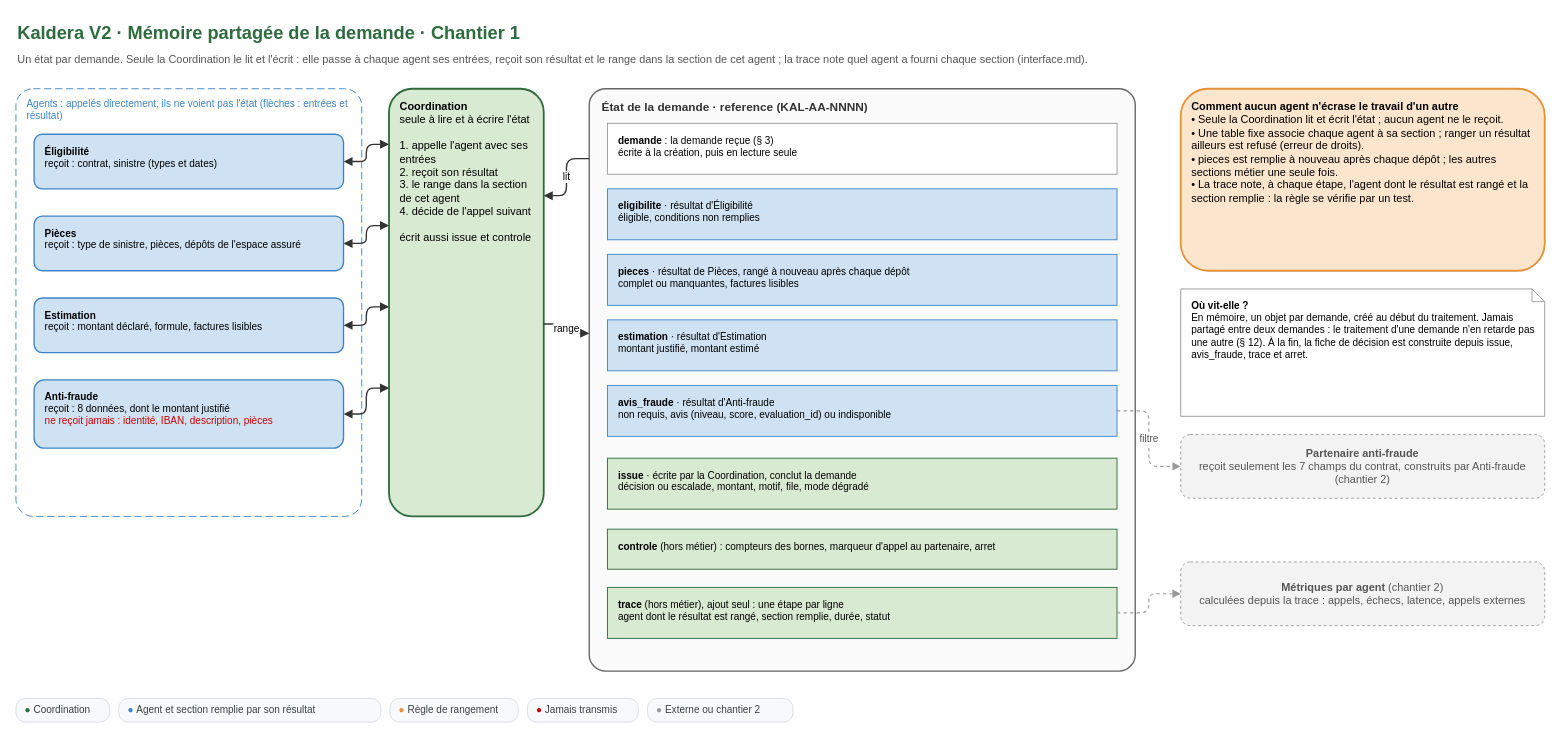
Before: conception/schemas/schema-3-memoire-partagee.drawio in Ganda15/kaldera-bout-en-bout_v2, a draw.io diagram. Source tidied: cells renumbered, new cells numbered last; positions are measured from the earlier drawing's top-left corner, leaving out a move shared by most shapes. Both pictures are drawn from the tidied source at 91%, with x=0, y=0 at pixel (15, 15).
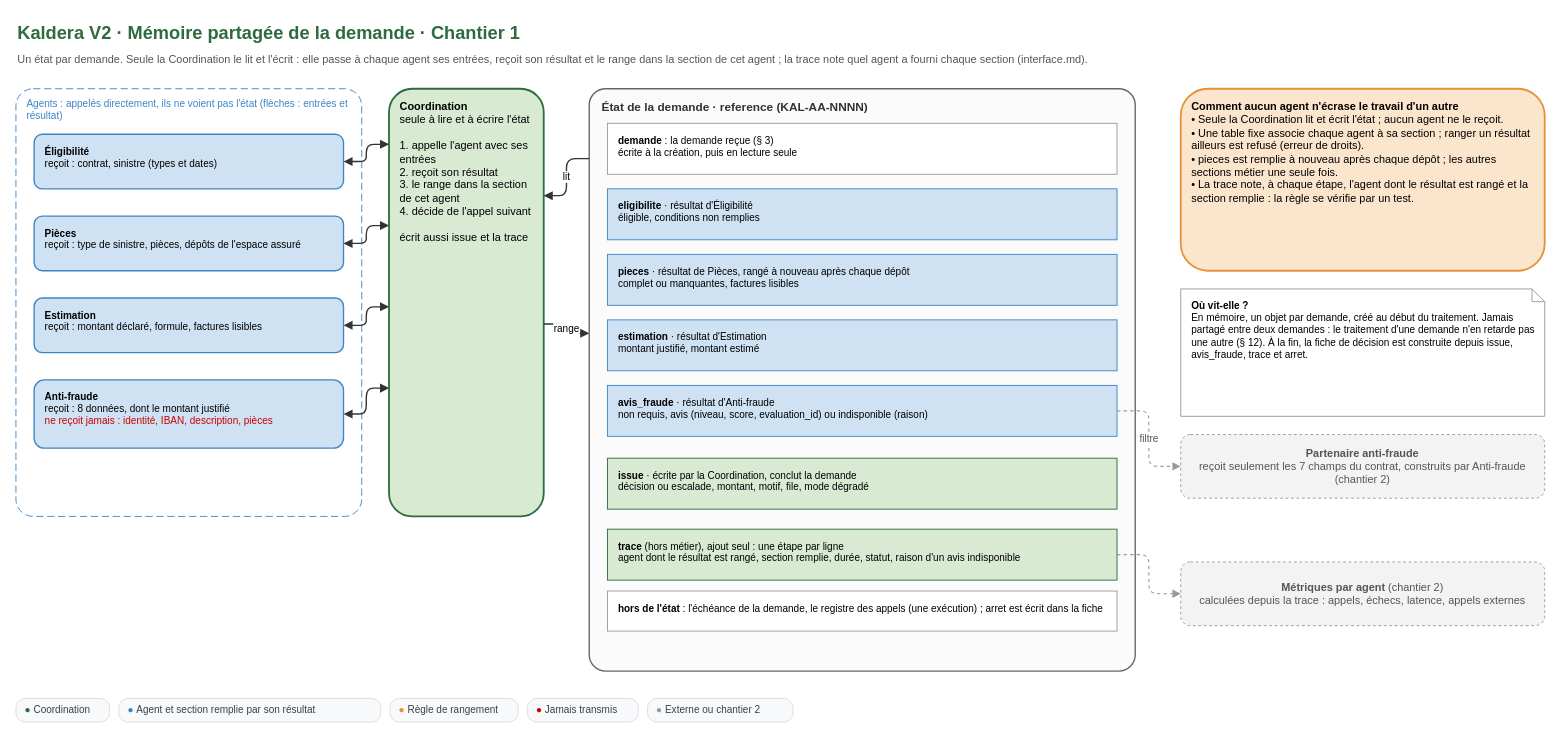
Above is the later version.

The edit, as a diff of the source:
```diff
@@
-    <mxCell id="9" value="&lt;b&gt;Coordination&lt;/b&gt;&lt;br&gt;seule à lire et à écrire l'état&lt;br&gt;&lt;br&gt;1. appelle l'agent avec ses entrées&lt;br&gt;2. reçoit son résultat&lt;br&gt;3. le range dans la section de cet agent&lt;br&gt;4. décide de l'appel suivant&lt;br&gt;&lt;br&gt;écrit aussi issue et controle" style="whiteSpace=wrap;html=1;fontFamily=Arial;fontSize=12;align=left;spacingLeft=10;spacingRight=8;verticalAlign=top;spacingTop=6;rounded=1;fillColor=#d9ead3;strokeColor=#2E6B3E;strokeWidth=2;" parent="1" vertex="1">
+    <mxCell id="9" value="&lt;b&gt;Coordination&lt;/b&gt;&lt;br&gt;seule à lire et à écrire l'état&lt;br&gt;&lt;br&gt;1. appelle l'agent avec ses entrées&lt;br&gt;2. reçoit son résultat&lt;br&gt;3. le range dans la section de cet agent&lt;br&gt;4. décide de l'appel suivant&lt;br&gt;&lt;br&gt;écrit aussi issue et la trace" style="whiteSpace=wrap;html=1;fontFamily=Arial;fontSize=12;align=left;spacingLeft=10;spacingRight=8;verticalAlign=top;spacingTop=6;rounded=1;fillColor=#d9ead3;strokeColor=#2E6B3E;strokeWidth=2;" parent="1" vertex="1">
       <mxGeometry x="410" y="80" width="170" height="470" as="geometry" />
     </mxCell>
@@
-    <mxCell id="15" value="&lt;b&gt;avis_fraude&lt;/b&gt; · résultat d'Anti-fraude&lt;br&gt;non requis, avis (niveau, score, evaluation_id) ou indisponible" style="whiteSpace=wrap;html=1;fontFamily=Arial;fontSize=12;align=left;spacingLeft=10;spacingRight=8;verticalAlign=top;spacingTop=6;rounded=0;fillColor=#cfe2f3;strokeColor=#3d85c6;fontSize=11;" parent="1" vertex="1">
+    <mxCell id="15" value="&lt;b&gt;avis_fraude&lt;/b&gt; · résultat d'Anti-fraude&lt;br&gt;non requis, avis (niveau, score, evaluation_id) ou indisponible (raison)" style="whiteSpace=wrap;html=1;fontFamily=Arial;fontSize=12;align=left;spacingLeft=10;spacingRight=8;verticalAlign=top;spacingTop=6;rounded=0;fillColor=#cfe2f3;strokeColor=#3d85c6;fontSize=11;" parent="1" vertex="1">
       <mxGeometry x="650" y="406" width="560" height="56" as="geometry" />
     </mxCell>
@@
-    <mxCell id="17" value="&lt;b&gt;controle&lt;/b&gt; (hors métier) : compteurs des bornes, marqueur d'appel au partenaire, arret" style="whiteSpace=wrap;html=1;fontFamily=Arial;fontSize=12;align=left;spacingLeft=10;spacingRight=8;verticalAlign=top;spacingTop=6;rounded=0;fillColor=#d9ead3;strokeColor=#2E6B3E;fontSize=11;" parent="1" vertex="1">
-      <mxGeometry x="650" y="564" width="560" height="44" as="geometry" />
-    </mxCell>
-    <mxCell id="18" value="&lt;b&gt;trace&lt;/b&gt; (hors métier), ajout seul : une étape par ligne&lt;br&gt;agent dont le résultat est rangé, section remplie, durée, statut" style="whiteSpace=wrap;html=1;fontFamily=Arial;fontSize=12;align=left;spacingLeft=10;spacingRight=8;verticalAlign=top;spacingTop=6;rounded=0;fillColor=#d9ead3;strokeColor=#2E6B3E;fontSize=11;" parent="1" vertex="1">
-      <mxGeometry x="650" y="628" width="560" height="56" as="geometry" />
+    <mxCell id="18" value="&lt;b&gt;trace&lt;/b&gt; (hors métier), ajout seul : une étape par ligne&lt;br&gt;agent dont le résultat est rangé, section remplie, durée, statut, raison d'un avis indisponible" style="whiteSpace=wrap;html=1;fontFamily=Arial;fontSize=12;align=left;spacingLeft=10;spacingRight=8;verticalAlign=top;spacingTop=6;rounded=0;fillColor=#d9ead3;strokeColor=#2E6B3E;fontSize=11;" parent="1" vertex="1">
+      <mxGeometry x="650" y="564" width="560" height="56" as="geometry" />
     </mxCell>
+    <mxCell id="36" value="&lt;b&gt;hors de l'état&lt;/b&gt; : l'échéance de la demande, le registre des appels (une exécution) ; arret est écrit dans la fiche" style="whiteSpace=wrap;html=1;fontFamily=Arial;fontSize=12;align=left;spacingLeft=10;spacingRight=8;verticalAlign=top;spacingTop=6;rounded=0;fillColor=#ffffff;strokeColor=#999999;fontSize=11;" parent="1" vertex="1">
+      <mxGeometry x="650" y="632" width="560" height="44" as="geometry" />
+    </mxCell>
```
